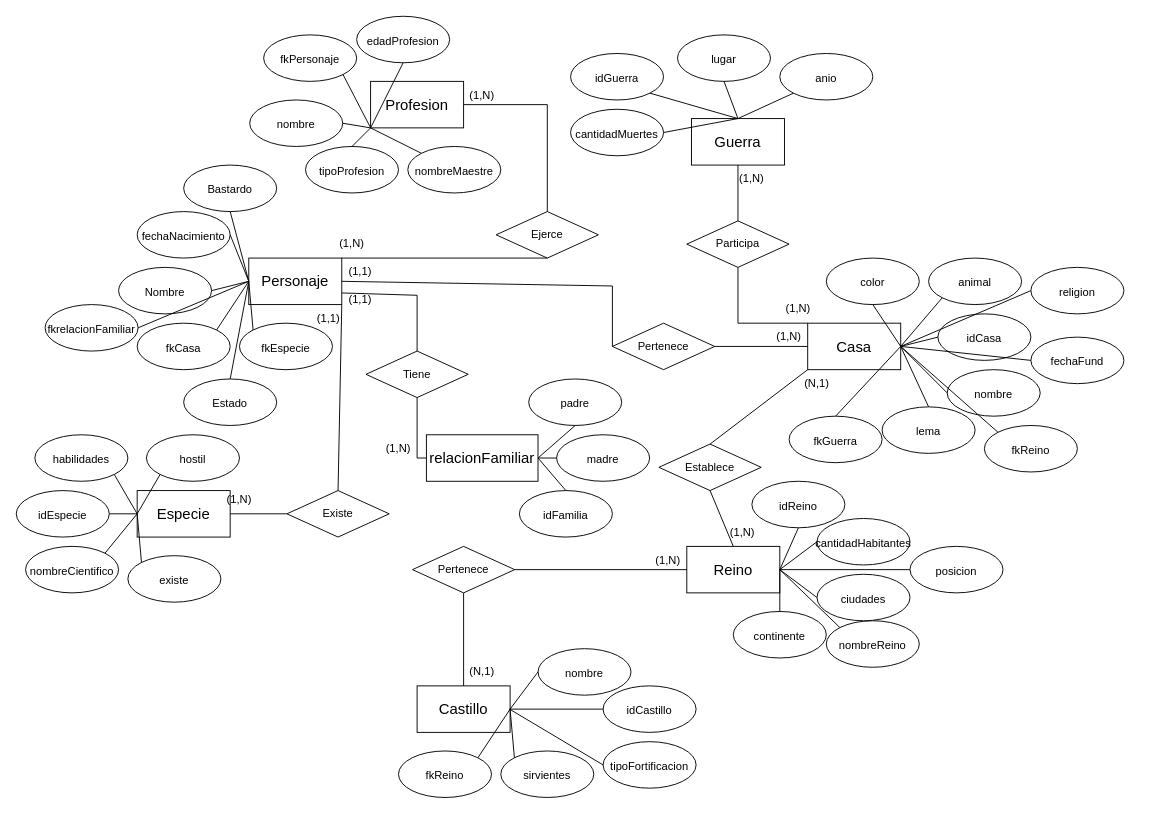
The draw.io diagram GOT/conceptualGOT.drawio in ignacind/TPO-bd1, before the edit. Source tidied: cells renumbered, new cells numbered last; positions are measured from the earlier drawing's top-left corner, leaving out a move shared by most shapes. Both pictures are drawn from the tidied source at 93%, with x=0, y=0 at pixel (16, 16).
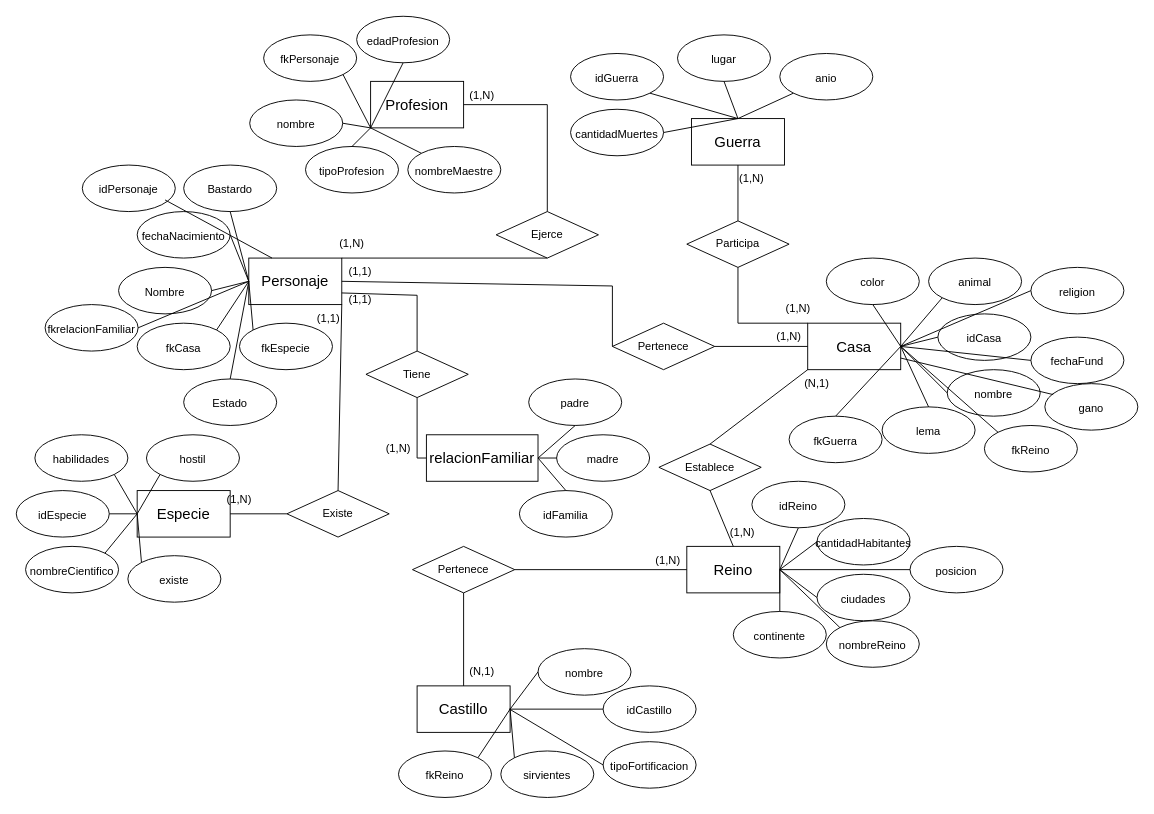
After the change.

Unchanged cells that the change refers to:
```xml
<mxCell id="2" value="&lt;font style=&quot;font-size: 16px;&quot;&gt;Personaje&lt;/font&gt;" style="rounded=0;whiteSpace=wrap;html=1;" parent="1" vertex="1">
  <mxGeometry x="250" y="260" width="100" height="50" as="geometry" />
</mxCell>
<mxCell id="17" value="&lt;font style=&quot;font-size: 16px;&quot;&gt;Casa&lt;/font&gt;" style="rounded=0;whiteSpace=wrap;html=1;" parent="1" vertex="1">
  <mxGeometry x="851" y="330" width="100" height="50" as="geometry" />
</mxCell>
```

Diff of the diagram source:
```diff
@@
+    <mxCell id="133" value="&lt;font style=&quot;font-size: 12px;&quot;&gt;gano&lt;/font&gt;" style="ellipse;whiteSpace=wrap;html=1;fontSize=16;" parent="1" vertex="1">
+      <mxGeometry x="1106" y="395" width="100" height="50" as="geometry" />
+    </mxCell>
+    <mxCell id="134" style="endArrow=none;html=1;rounded=0;exitX=1;exitY=0.75;exitDx=0;exitDy=0;entryX=0.09;entryY=0.236;entryDx=0;entryDy=0;entryPerimeter=0;" parent="1" edge="1" source="17" target="133">
+      <mxGeometry relative="1" as="geometry" />
+    </mxCell>
+    <mxCell id="135" value="&lt;font style=&quot;font-size: 12px;&quot;&gt;idPersonaje&lt;/font&gt;" style="ellipse;whiteSpace=wrap;html=1;fontSize=16;" parent="1" vertex="1">
+      <mxGeometry x="71" y="160" width="100" height="50" as="geometry" />
+    </mxCell>
+    <mxCell id="136" style="endArrow=none;html=1;rounded=0;exitX=0.5;exitY=1;exitDx=0;exitDy=0;entryX=0.25;entryY=0;entryDx=0;entryDy=0;" parent="1" edge="1" target="2">
+      <mxGeometry relative="1" as="geometry">
+        <mxPoint x="160" y="197.5" as="sourcePoint" />
+      </mxGeometry>
+    </mxCell>
```
